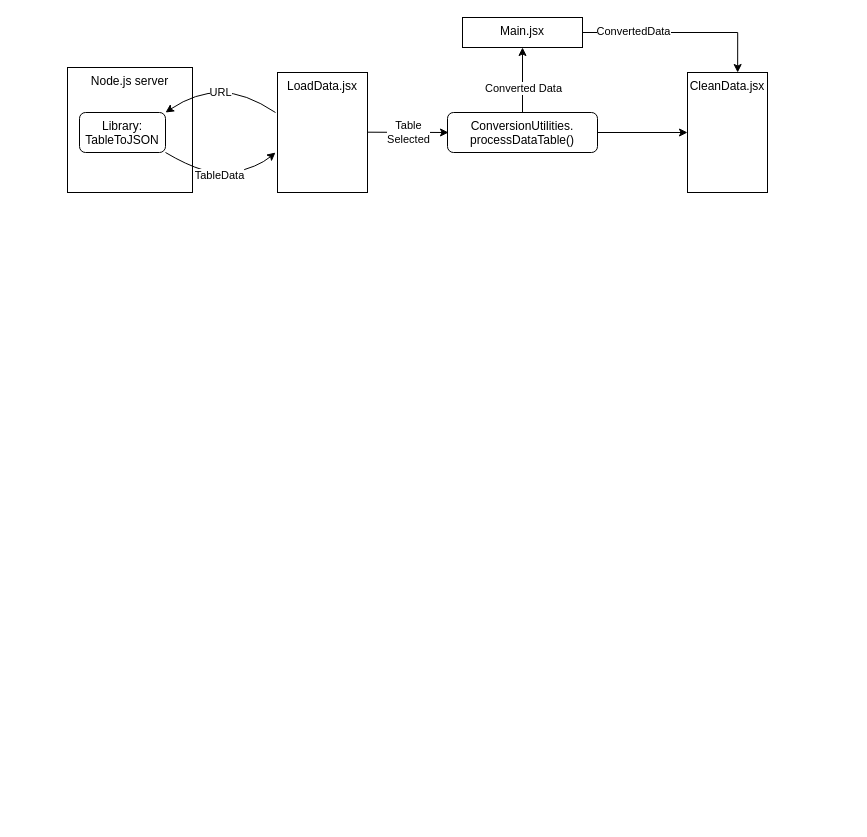
Before: page "LoadData" (2 of 2) of Untitled Diagram.drawio in AndyStobirski/Draw.IO, a draw.io diagram. Source tidied: cells renumbered, new cells numbered last; positions are measured from the earlier drawing's top-left corner, leaving out a move shared by most shapes. Both pictures are drawn from the tidied source at 100%, with x=0, y=0 at pixel (67, 17).
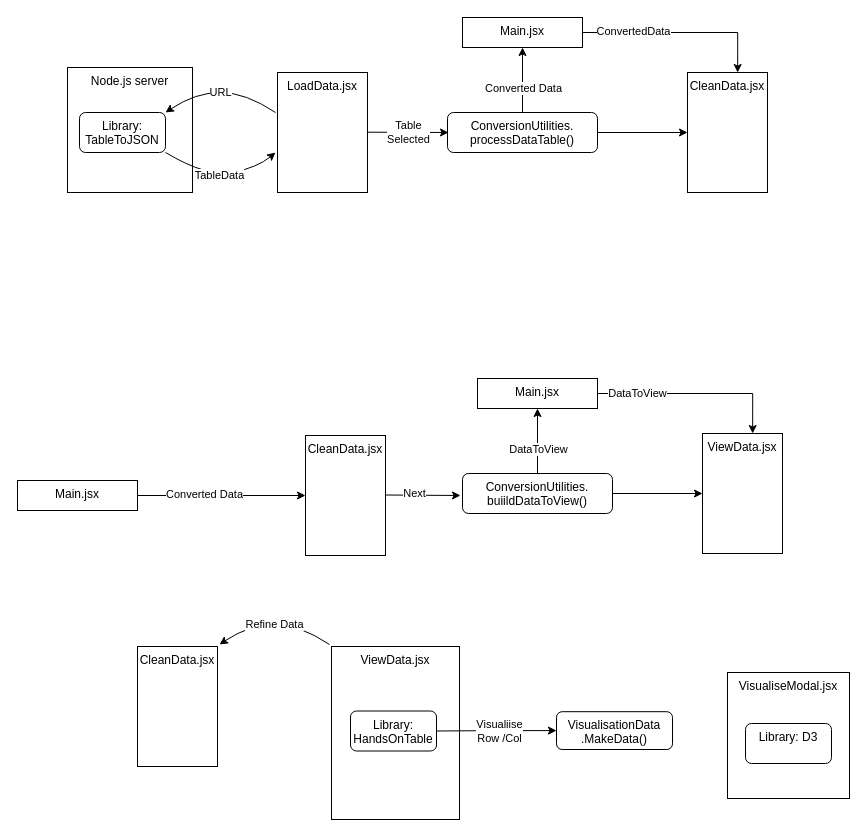
Above is the later version.

Diff of the diagram source:
```diff
@@
+    <mxCell id="16" value="Main.jsx" style="rounded=0;whiteSpace=wrap;html=1;verticalAlign=top;" parent="1" vertex="1">
+      <mxGeometry x="-50" y="463" width="120" height="30" as="geometry" />
+    </mxCell>
+    <mxCell id="17" value="CleanData.jsx" style="rounded=0;whiteSpace=wrap;html=1;verticalAlign=top;" parent="1" vertex="1">
+      <mxGeometry x="238" y="418" width="80" height="120" as="geometry" />
+    </mxCell>
+    <mxCell id="18" style="endArrow=classic;html=1;fontSize=11;strokeColor=default;align=right;exitX=1;exitY=0.5;exitDx=0;exitDy=0;entryX=0;entryY=0.5;entryDx=0;entryDy=0;" parent="1" edge="1" source="16" target="17">
+      <mxGeometry relative="1" as="geometry" />
+    </mxCell>
+    <mxCell id="19" value="Converted Data" style="edgeLabel;html=1;align=center;verticalAlign=middle;fontSize=11;" parent="18" vertex="1">
+      <mxGeometry x="-0.22" y="-3" relative="1" as="geometry">
+        <mxPoint y="-5" as="offset" />
+      </mxGeometry>
+    </mxCell>
+    <mxCell id="20" value="ConversionUtilities.&lt;br&gt;buiildDataToView()" style="rounded=1;whiteSpace=wrap;html=1;verticalAlign=top;" parent="1" vertex="1">
+      <mxGeometry x="395" y="456" width="150" height="40" as="geometry" />
+    </mxCell>
+    <mxCell id="21" style="edgeStyle=orthogonalEdgeStyle;rounded=0;jettySize=auto;html=1;exitX=0.627;exitY=0;exitDx=0;exitDy=0;fontSize=11;startArrow=classic;startFill=1;endArrow=none;endFill=0;strokeColor=default;exitPerimeter=0;entryX=1;entryY=0.5;entryDx=0;entryDy=0;" parent="1" edge="1" source="27" target="23">
+      <mxGeometry relative="1" as="geometry" />
+    </mxCell>
+    <mxCell id="22" value="DataToView" style="edgeLabel;html=1;align=center;verticalAlign=middle;fontSize=11;" parent="21" vertex="1">
+      <mxGeometry x="0.6" y="-1" relative="1" as="geometry" />
+    </mxCell>
+    <mxCell id="23" value="Main.jsx" style="rounded=0;whiteSpace=wrap;html=1;verticalAlign=top;" parent="1" vertex="1">
+      <mxGeometry x="410" y="361" width="120" height="30" as="geometry" />
+    </mxCell>
+    <mxCell id="24" style="endArrow=classic;html=1;fontSize=7;strokeColor=default;exitX=0.5;exitY=0;exitDx=0;exitDy=0;" parent="1" edge="1" source="20" target="23">
+      <mxGeometry relative="1" as="geometry" />
+    </mxCell>
+    <mxCell id="25" value="DataToView" style="edgeLabel;html=1;align=center;verticalAlign=middle;fontSize=11;" parent="24" vertex="1">
+      <mxGeometry x="-0.22" relative="1" as="geometry" />
+    </mxCell>
+    <mxCell id="26" style="endArrow=classic;html=1;strokeColor=default;exitX=1;exitY=0.5;exitDx=0;exitDy=0;" parent="1" edge="1" source="20">
+      <mxGeometry relative="1" as="geometry">
+        <mxPoint x="635" y="476" as="targetPoint" />
+      </mxGeometry>
+    </mxCell>
+    <mxCell id="27" value="ViewData.jsx" style="rounded=0;whiteSpace=wrap;html=1;verticalAlign=top;" parent="1" vertex="1">
+      <mxGeometry x="635" y="416" width="80" height="120" as="geometry" />
+    </mxCell>
+    <mxCell id="28" style="endArrow=classic;html=1;fontSize=11;strokeColor=default;align=right;exitX=1;exitY=0.5;exitDx=0;exitDy=0;" parent="1" edge="1">
+      <mxGeometry relative="1" as="geometry">
+        <mxPoint x="318" y="477.5" as="sourcePoint" />
+        <mxPoint x="393" y="478" as="targetPoint" />
+      </mxGeometry>
+    </mxCell>
+    <mxCell id="29" value="Next" style="edgeLabel;html=1;align=center;verticalAlign=middle;fontSize=11;" parent="28" vertex="1">
+      <mxGeometry x="-0.22" y="-3" relative="1" as="geometry">
+        <mxPoint y="-5" as="offset" />
+      </mxGeometry>
+    </mxCell>
+    <mxCell id="30" value="ViewData.jsx" style="rounded=0;whiteSpace=wrap;html=1;verticalAlign=top;" parent="1" vertex="1">
+      <mxGeometry x="264" y="629" width="128" height="173" as="geometry" />
+    </mxCell>
+    <mxCell id="31" value="Library: HandsOnTable" style="rounded=1;whiteSpace=wrap;html=1;verticalAlign=top;" parent="1" vertex="1">
+      <mxGeometry x="283" y="693.5" width="86" height="40" as="geometry" />
+    </mxCell>
+    <mxCell id="32" value="CleanData.jsx" style="rounded=0;whiteSpace=wrap;html=1;verticalAlign=top;" parent="1" vertex="1">
+      <mxGeometry x="70" y="629" width="80" height="120" as="geometry" />
+    </mxCell>
+    <mxCell id="33" value="Refine Data" style="curved=1;endArrow=classic;html=1;" parent="1" edge="1">
+      <mxGeometry relative="1" as="geometry">
+        <mxPoint x="262" y="627" as="sourcePoint" />
+        <mxPoint x="152" y="627" as="targetPoint" />
+        <Array as="points">
+          <mxPoint x="232" y="607" />
+          <mxPoint x="182" y="607" />
+        </Array>
+      </mxGeometry>
+    </mxCell>
+    <mxCell id="34" style="edgeStyle=orthogonalEdgeStyle;rounded=0;jettySize=auto;html=1;fontSize=11;startArrow=classic;startFill=1;endArrow=none;endFill=0;strokeColor=default;align=right;" parent="1" edge="1" source="36" target="31">
+      <mxGeometry relative="1" as="geometry" />
+    </mxCell>
+    <mxCell id="35" value="Visualiise&lt;br&gt;Row /Col" style="edgeLabel;html=1;align=center;verticalAlign=middle;fontSize=11;" parent="34" vertex="1">
+      <mxGeometry x="0.26" relative="1" as="geometry">
+        <mxPoint x="18" as="offset" />
+      </mxGeometry>
+    </mxCell>
+    <mxCell id="36" value="VisualisationData&lt;br&gt;.MakeData()" style="rounded=1;whiteSpace=wrap;html=1;verticalAlign=top;" parent="1" vertex="1">
+      <mxGeometry x="489" y="694.2" width="116" height="37.8" as="geometry" />
+    </mxCell>
+    <mxCell id="37" value="VisualiseModal.jsx" style="rounded=0;whiteSpace=wrap;html=1;verticalAlign=top;" parent="1" vertex="1">
+      <mxGeometry x="660" y="655" width="122" height="126" as="geometry" />
+    </mxCell>
+    <mxCell id="38" value="Library: D3" style="rounded=1;whiteSpace=wrap;html=1;verticalAlign=top;" parent="1" vertex="1">
+      <mxGeometry x="678" y="706" width="86" height="40" as="geometry" />
+    </mxCell>
```
